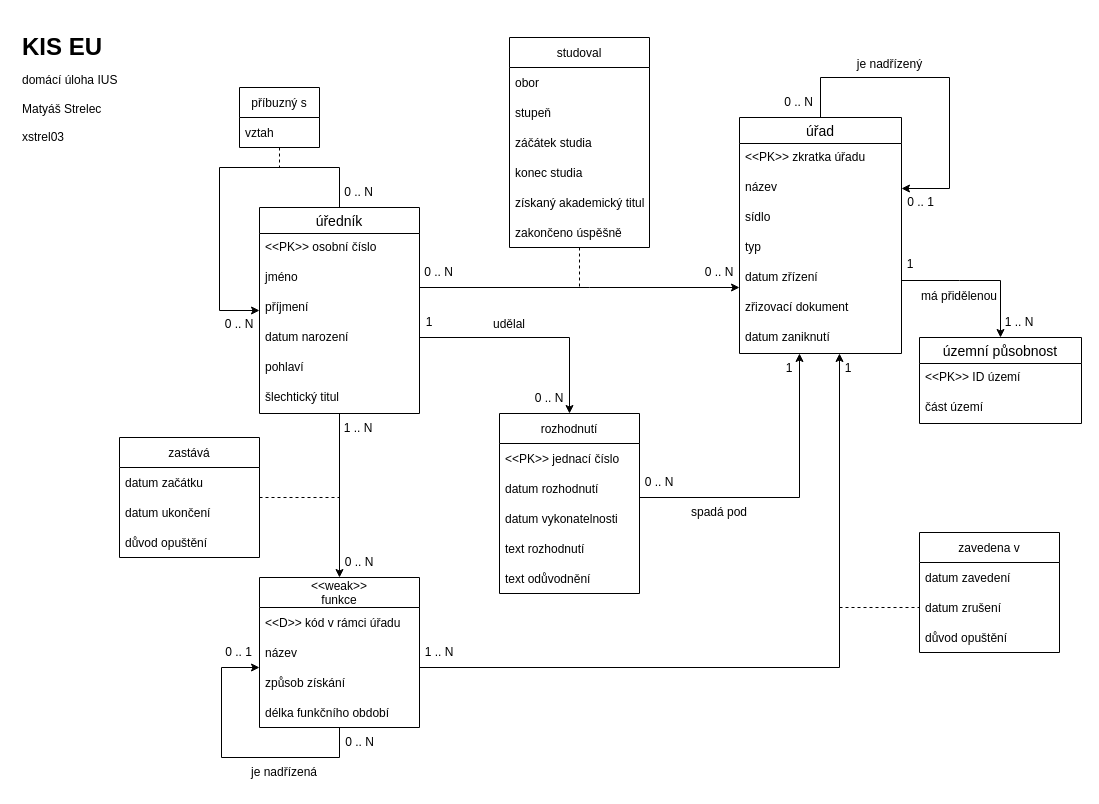
Above: kiseu.drawio in mstrlc/ius-homework (draw.io), before the change. Source tidied: cells renumbered, new cells numbered last; positions are measured from the earlier drawing's top-left corner, leaving out a move shared by most shapes. Both pictures are drawn from the tidied source at 100%, with x=0, y=0 at pixel (17, 27).
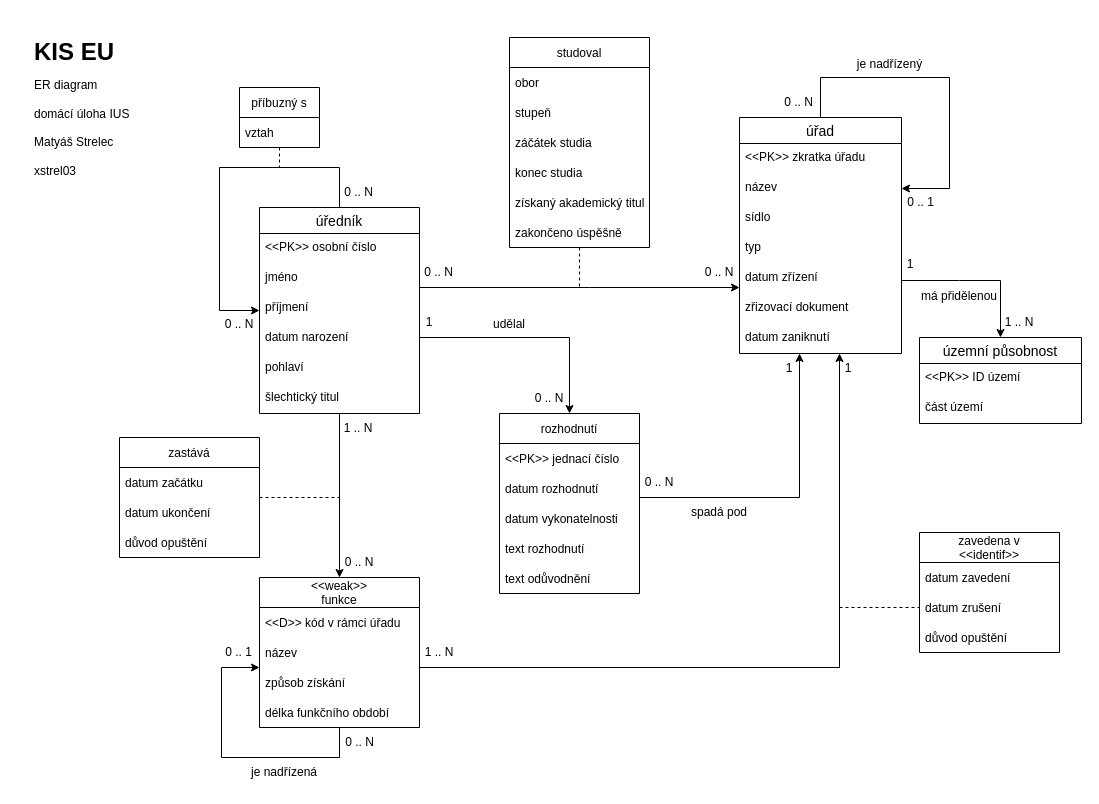
The same diagram, later.

What changed in the source:
```diff
@@
-    <mxCell id="22" value="&lt;h1&gt;KIS EU&lt;br&gt;&lt;span style=&quot;font-size: 12px ; font-weight: normal&quot;&gt;domácí úloha IUS&lt;br&gt;Matyáš Strelec&lt;br&gt;xstrel03&lt;/span&gt;&lt;/h1&gt;" style="text;html=1;strokeColor=none;fillColor=none;spacing=5;spacingTop=-20;whiteSpace=wrap;overflow=hidden;rounded=0;fontFamily=Helvetica;" parent="1" vertex="1">
-      <mxGeometry width="190" height="170" as="geometry" />
+    <mxCell id="22" value="&lt;h1&gt;&lt;font style=&quot;font-size: 24px&quot;&gt;KIS EU&lt;br&gt;&lt;/font&gt;&lt;span style=&quot;font-size: 12px ; font-weight: normal&quot;&gt;ER diagram&lt;br&gt;domácí úloha IUS&lt;br&gt;&lt;/span&gt;&lt;span style=&quot;font-size: 12px ; font-weight: normal&quot;&gt;Matyáš Strelec &lt;br&gt;&lt;/span&gt;&lt;span style=&quot;font-size: 12px ; font-weight: normal&quot;&gt;xstrel03&lt;/span&gt;&lt;/h1&gt;" style="text;html=1;strokeColor=none;fillColor=none;spacing=5;spacingTop=-20;whiteSpace=wrap;overflow=hidden;rounded=0;fontFamily=Helvetica;" parent="1" vertex="1">
+      <mxGeometry x="12" y="5" width="190" height="170" as="geometry" />
     </mxCell>
@@
-    <mxCell id="80" value="zavedena v" style="swimlane;fontStyle=0;horizontal=1;startSize=30;fontFamily=Helvetica;" parent="1" vertex="1">
+    <mxCell id="80" value="zavedena v&#10;&lt;&lt;identif&gt;&gt;" style="swimlane;fontStyle=0;horizontal=1;startSize=30;fontFamily=Helvetica;" parent="1" vertex="1">
       <mxGeometry x="902" y="505" width="140" height="120" as="geometry" />
     </mxCell>
```
